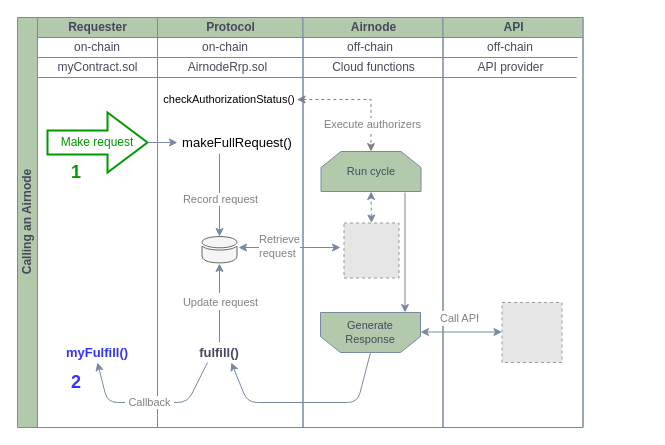
This is docs/airnode/next/assets/diagrams/call-an-airnode.drawio from api3dao/old-api3-docs, a draw.io file, before an edit. Source tidied: cells renumbered, new cells numbered last; positions are measured from the earlier drawing's top-left corner, leaving out a move shared by most shapes. Both pictures are drawn from the tidied source at 100%, with x=0, y=0 at pixel (17, 17). Pictures stored in the file or linked from it are replaced by grey dashed boxes.
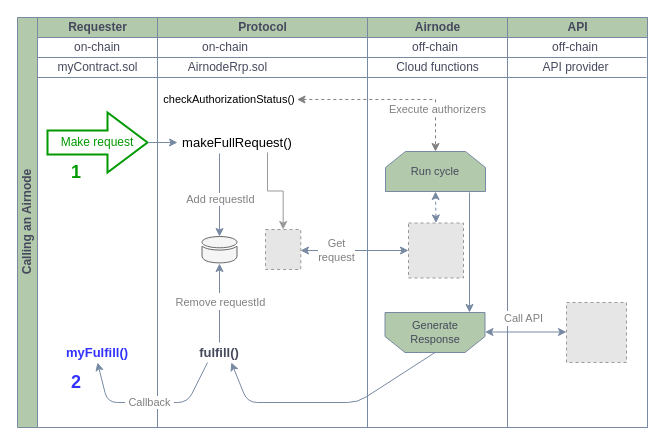
After the change.

Unchanged cells that the change refers to:
```xml
<mxCell id="3" value="Requester" style="swimlane;html=1;startSize=20;fillColor=#B2C9AB;strokeColor=#788AA3;fontColor=#46495D;" parent="2" vertex="1">
  <mxGeometry x="20" width="120" height="410" as="geometry" />
</mxCell>
<mxCell id="15" style="endArrow=classic;html=1;fontColor=#46495D;strokeColor=#788AA3;fillColor=#B2C9AB;exitX=0.41;exitY=1.05;exitDx=0;exitDy=0;exitPerimeter=0;" parent="13" edge="1" target="23">
  <mxGeometry relative="1" as="geometry">
    <mxPoint x="62" y="136" as="sourcePoint" />
  </mxGeometry>
</mxCell>
<mxCell id="17" value="&lt;font color=&quot;#000000&quot; style=&quot;font-size: 13px&quot;&gt;makeFullRequest()&lt;/font&gt;" style="text;html=1;strokeColor=none;fillColor=none;align=center;verticalAlign=middle;whiteSpace=wrap;rounded=0;sketch=0;fontColor=#46495D;fontSize=13;" parent="13" vertex="1">
  <mxGeometry x="20" y="115" width="120" height="20" as="geometry" />
</mxCell>
<mxCell id="19" style="edgeStyle=orthogonalEdgeStyle;curved=0;rounded=1;sketch=0;jettySize=auto;html=1;fontSize=14;fontColor=#009900;startArrow=none;startFill=0;strokeColor=#788AA3;fillColor=#B2C9AB;" parent="13" edge="1" source="21" target="23">
  <mxGeometry relative="1" as="geometry" />
</mxCell>
<mxCell id="28" style="fillColor=#E6E6E6;strokeColor=#999999;dashed=1;verticalLabelPosition=bottom;labelBackgroundColor=#ffffff;verticalAlign=top;" parent="25" vertex="1">
  <mxGeometry x="41" y="205.5" width="55" height="55" as="geometry" />
</mxCell>
```

The edit, as a diff of the source:
```diff
@@
     <mxCell id="2" value="Calling an Airnode" style="swimlane;html=1;startSize=20;horizontal=0;rounded=0;sketch=0;fontColor=#46495D;strokeColor=#788AA3;fillColor=#B2C9AB;" parent="1" vertex="1">
-      <mxGeometry width="565.5" height="410" as="geometry" />
+      <mxGeometry width="630" height="410" as="geometry" />
     </mxCell>
@@
     <mxCell id="5" style="endArrow=none;html=1;fontColor=#46495D;strokeColor=#788AA3;fillColor=#B2C9AB;" parent="3" edge="1">
       <mxGeometry relative="1" as="geometry">
         <mxPoint y="60" as="sourcePoint" />
-        <mxPoint x="539" y="60" as="targetPoint" />
+        <mxPoint x="609" y="60" as="targetPoint" />
       </mxGeometry>
     </mxCell>
@@
     <mxCell id="8" style="endArrow=none;html=1;fontColor=#46495D;strokeColor=#788AA3;fillColor=#B2C9AB;" parent="3" edge="1">
       <mxGeometry relative="1" as="geometry">
         <mxPoint y="40" as="sourcePoint" />
-        <mxPoint x="540" y="40" as="targetPoint" />
+        <mxPoint x="609" y="40" as="targetPoint" />
       </mxGeometry>
     </mxCell>
@@
     <mxCell id="13" value="Protocol" style="swimlane;html=1;startSize=20;fillColor=#B2C9AB;strokeColor=#788AA3;fontColor=#46495D;" parent="2" vertex="1">
-      <mxGeometry x="140" width="145.5" height="410" as="geometry" />
+      <mxGeometry x="140" width="210" height="410" as="geometry" />
     </mxCell>
@@
-    <mxCell id="16" value="&lt;font style=&quot;font-size: 11px&quot;&gt;Record request&lt;br&gt;&lt;/font&gt;" style="edgeLabel;html=1;align=center;verticalAlign=middle;fontColor=#808080;" parent="15" vertex="1">
+    <mxCell id="16" value="&lt;font style=&quot;font-size: 11px&quot;&gt;Add requestId&lt;br&gt;&lt;/font&gt;" style="edgeLabel;html=1;align=center;verticalAlign=middle;fontColor=#808080;" parent="15" vertex="1">
       <mxGeometry relative="1" as="geometry">
         <mxPoint y="3" as="offset" />
       </mxGeometry>
     </mxCell>
+    <mxCell id="43" style="edgeStyle=orthogonalEdgeStyle;rounded=0;jettySize=auto;html=1;entryX=0.5;entryY=0;entryDx=0;entryDy=0;strokeColor=#999999;exitX=0.75;exitY=1;exitDx=0;exitDy=0;" parent="13" edge="1" source="17" target="44">
+      <mxGeometry relative="1" as="geometry" />
+    </mxCell>
@@
-    <mxCell id="20" value="&lt;font color=&quot;#808080&quot;&gt;&lt;span style=&quot;font-size: 11px&quot;&gt;Update request&lt;/span&gt;&lt;/font&gt;" style="edgeLabel;html=1;align=center;verticalAlign=middle;fontSize=14;fontColor=#009900;" parent="19" vertex="1">
+    <mxCell id="20" value="&lt;font color=&quot;#808080&quot;&gt;&lt;span style=&quot;font-size: 11px&quot;&gt;Remove requestId&lt;/span&gt;&lt;/font&gt;" style="edgeLabel;html=1;align=center;verticalAlign=middle;fontSize=14;fontColor=#009900;" parent="19" vertex="1">
       <mxGeometry x="0.06" relative="1" as="geometry" />
     </mxCell>
@@
+    <mxCell id="44" style="fillColor=#E6E6E6;strokeColor=#999999;dashed=1;verticalLabelPosition=bottom;labelBackgroundColor=#ffffff;verticalAlign=top;" parent="13" vertex="1">
+      <mxGeometry x="108" y="212" width="35.3" height="40" as="geometry" />
+    </mxCell>
-    <mxCell id="24" value="&lt;font color=&quot;#808080&quot;&gt;Retrieve&lt;br&gt;request&lt;/font&gt;" style="endArrow=classic;startArrow=classic;html=1;fontColor=#46495D;strokeColor=#788AA3;fillColor=#B2C9AB;align=left;" parent="2" edge="1">
-      <mxGeometry x="-0.62" y="1" relative="1" as="geometry">
-        <mxPoint x="221" y="230" as="sourcePoint" />
-        <mxPoint x="323" y="230" as="targetPoint" />
+    <mxCell id="24" value="&lt;font color=&quot;#808080&quot;&gt;Get&lt;br&gt;request&lt;/font&gt;" style="endArrow=classic;startArrow=classic;html=1;fontColor=#46495D;strokeColor=#788AA3;fillColor=#B2C9AB;align=center;entryX=0;entryY=0.5;entryDx=0;entryDy=0;" parent="13" edge="1" target="28">
+      <mxGeometry x="-0.33" relative="1" as="geometry">
+        <mxPoint x="143" y="233" as="sourcePoint" />
       </mxGeometry>
     </mxCell>
     <mxCell id="25" value="Airnode" style="swimlane;html=1;startSize=20;fillColor=#B2C9AB;strokeColor=#788AA3;fontColor=#46495D;" parent="2" vertex="1">
-      <mxGeometry x="285.5" width="140" height="410" as="geometry" />
+      <mxGeometry x="350" width="140" height="410" as="geometry" />
     </mxCell>
@@
     <mxCell id="33" value="API" style="swimlane;html=1;startSize=20;fillColor=#B2C9AB;strokeColor=#788AA3;fontColor=#46495D;" parent="2" vertex="1">
-      <mxGeometry x="425.5" width="140" height="410" as="geometry" />
+      <mxGeometry x="490" width="140" height="410" as="geometry" />
     </mxCell>
```
